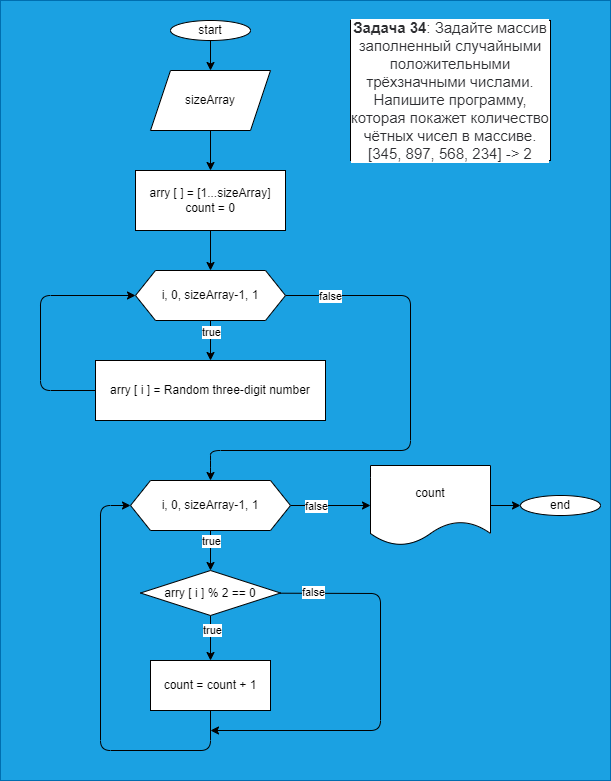
Above: Seminar_5/Algori.drawio.png in AlexKleimon/CSharp_HomeWork (draw.io), before the change. Source tidied: cells renumbered, new cells last; positions are measured from the earlier drawing's top-left corner, leaving out a move shared by most shapes.
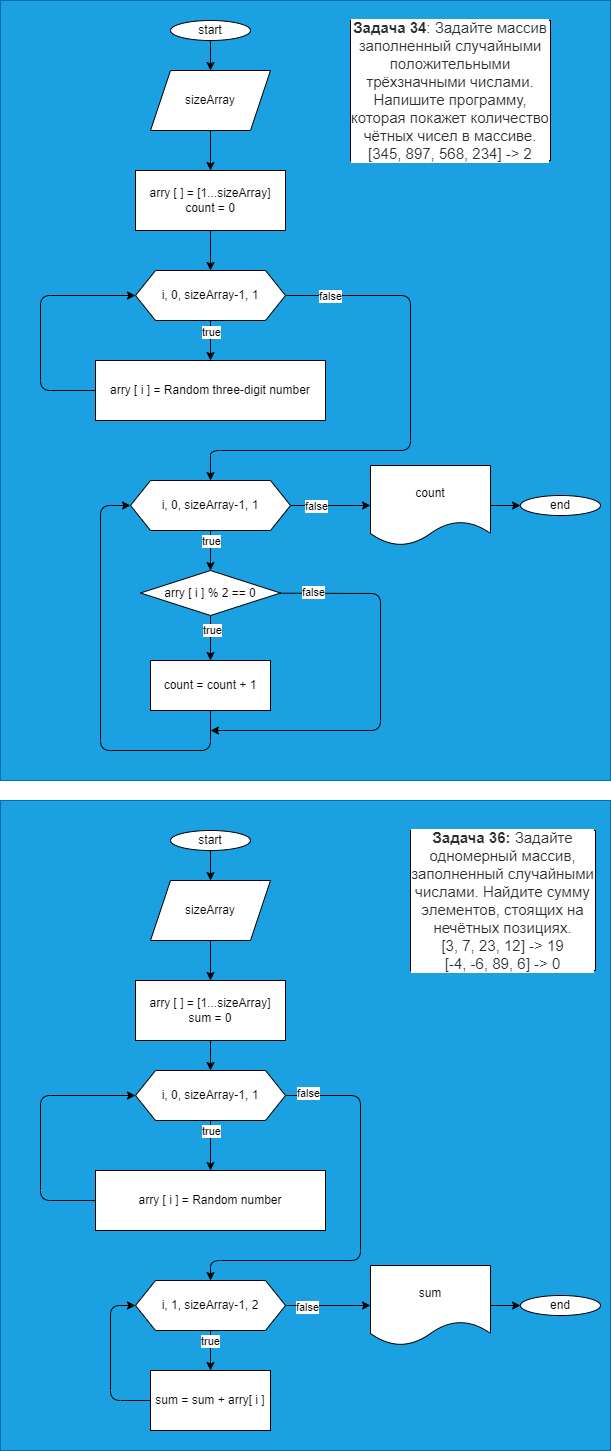
The same diagram one commit later.

Commit message:
Added a solution task 36 and flowchart task 36.

The edit, as a diff of the source:
```diff
@@ -2,6 +2,9 @@
   <root>
     <mxCell id="0" />
     <mxCell id="1" parent="0" />
+    <mxCell id="32" style="rounded=0;whiteSpace=wrap;html=1;fillColor=#1ba1e2;fontColor=#ffffff;strokeColor=#006EAF;" parent="1" vertex="1">
+      <mxGeometry y="800" width="610" height="650" as="geometry" />
+    </mxCell>
     <mxCell id="2" style="rounded=0;whiteSpace=wrap;html=1;fillColor=#1ba1e2;fontColor=#ffffff;strokeColor=#006EAF;" parent="1" vertex="1">
       <mxGeometry width="610" height="780" as="geometry" />
     </mxCell>
@@ -116,5 +119,93 @@
     <mxCell id="31" value="end" style="ellipse;whiteSpace=wrap;html=1;" parent="1" vertex="1">
       <mxGeometry x="520" y="495" width="80" height="20" as="geometry" />
     </mxCell>
+    <mxCell id="33" value="&lt;p style=&quot;box-sizing: border-box ; margin: 0px ; color: rgb(44 , 45 , 48) ; font-family: &amp;#34;roboto&amp;#34; , &amp;#34;san francisco&amp;#34; , &amp;#34;helvetica neue&amp;#34; , &amp;#34;helvetica&amp;#34; , &amp;#34;arial&amp;#34; ; font-size: 15px ; background-color: rgb(255 , 255 , 255)&quot;&gt;&lt;span style=&quot;box-sizing: border-box ; font-weight: 700&quot;&gt;Задача 36:&lt;/span&gt;&amp;nbsp;Задайте одномерный массив, заполненный случайными числами. Найдите сумму элементов, стоящих на нечётных позициях.&lt;/p&gt;&lt;p style=&quot;box-sizing: border-box ; margin: 0px ; color: rgb(44 , 45 , 48) ; font-family: &amp;#34;roboto&amp;#34; , &amp;#34;san francisco&amp;#34; , &amp;#34;helvetica neue&amp;#34; , &amp;#34;helvetica&amp;#34; , &amp;#34;arial&amp;#34; ; font-size: 15px ; background-color: rgb(255 , 255 , 255)&quot;&gt;[3, 7, 23, 12] -&amp;gt; 19&lt;/p&gt;&lt;p style=&quot;box-sizing: border-box ; margin: 0px ; color: rgb(44 , 45 , 48) ; font-family: &amp;#34;roboto&amp;#34; , &amp;#34;san francisco&amp;#34; , &amp;#34;helvetica neue&amp;#34; , &amp;#34;helvetica&amp;#34; , &amp;#34;arial&amp;#34; ; font-size: 15px ; background-color: rgb(255 , 255 , 255)&quot;&gt;[-4, -6, 89, 6] -&amp;gt; 0&lt;/p&gt;" style="rounded=0;whiteSpace=wrap;html=1;" parent="1" vertex="1">
+      <mxGeometry x="410" y="830" width="185" height="140" as="geometry" />
+    </mxCell>
+    <mxCell id="34" style="edgeStyle=none;html=1;exitX=0.5;exitY=1;exitDx=0;exitDy=0;entryX=0.5;entryY=0;entryDx=0;entryDy=0;" parent="1" edge="1" source="35" target="39">
+      <mxGeometry relative="1" as="geometry" />
+    </mxCell>
+    <mxCell id="35" value="start" style="ellipse;whiteSpace=wrap;html=1;" parent="1" vertex="1">
+      <mxGeometry x="170" y="830" width="80" height="20" as="geometry" />
+    </mxCell>
+    <mxCell id="36" style="edgeStyle=none;html=1;exitX=0.5;exitY=1;exitDx=0;exitDy=0;entryX=0.5;entryY=0;entryDx=0;entryDy=0;" parent="1" edge="1" source="37" target="44">
+      <mxGeometry relative="1" as="geometry" />
+    </mxCell>
+    <mxCell id="37" value="arry [ ] = [1...sizeArray]&lt;br&gt;sum = 0" style="rounded=0;whiteSpace=wrap;html=1;" parent="1" vertex="1">
+      <mxGeometry x="135" y="980" width="150" height="60" as="geometry" />
+    </mxCell>
+    <mxCell id="38" style="edgeStyle=none;html=1;exitX=0.5;exitY=1;exitDx=0;exitDy=0;entryX=0.5;entryY=0;entryDx=0;entryDy=0;" parent="1" edge="1" source="39" target="37">
+      <mxGeometry relative="1" as="geometry" />
+    </mxCell>
+    <mxCell id="39" value="sizeArray" style="shape=parallelogram;perimeter=parallelogramPerimeter;whiteSpace=wrap;html=1;fixedSize=1;" parent="1" vertex="1">
+      <mxGeometry x="150" y="880" width="120" height="60" as="geometry" />
+    </mxCell>
+    <mxCell id="40" style="edgeStyle=none;html=1;exitX=0.5;exitY=1;exitDx=0;exitDy=0;entryX=0.5;entryY=0;entryDx=0;entryDy=0;" parent="1" edge="1" source="44" target="46">
+      <mxGeometry relative="1" as="geometry" />
+    </mxCell>
+    <mxCell id="41" value="true" style="edgeLabel;html=1;align=center;verticalAlign=middle;" parent="40" vertex="1">
+      <mxGeometry x="-0.61" relative="1" as="geometry" />
+    </mxCell>
+    <mxCell id="42" style="edgeStyle=none;html=1;exitX=1;exitY=0.5;exitDx=0;exitDy=0;entryX=0.5;entryY=0;entryDx=0;entryDy=0;" parent="1" edge="1" source="44" target="51">
+      <mxGeometry relative="1" as="geometry">
+        <Array as="points">
+          <mxPoint x="360" y="1095" />
+          <mxPoint x="360" y="1260" />
+          <mxPoint x="210" y="1260" />
+        </Array>
+      </mxGeometry>
+    </mxCell>
+    <mxCell id="43" value="false" style="edgeLabel;html=1;align=center;verticalAlign=middle;" parent="42" vertex="1">
+      <mxGeometry x="-0.89" y="3" relative="1" as="geometry" />
+    </mxCell>
+    <mxCell id="44" value="i, 0, sizeArray-1, 1" style="shape=hexagon;perimeter=hexagonPerimeter2;whiteSpace=wrap;html=1;fixedSize=1;" parent="1" vertex="1">
+      <mxGeometry x="135" y="1070" width="150" height="50" as="geometry" />
+    </mxCell>
+    <mxCell id="45" style="edgeStyle=none;html=1;exitX=0;exitY=0.5;exitDx=0;exitDy=0;entryX=0;entryY=0.5;entryDx=0;entryDy=0;" parent="1" edge="1" source="46" target="44">
+      <mxGeometry relative="1" as="geometry">
+        <Array as="points">
+          <mxPoint x="40" y="1200" />
+          <mxPoint x="40" y="1095" />
+        </Array>
+      </mxGeometry>
+    </mxCell>
+    <mxCell id="46" value="arry [ i ] = Random number" style="rounded=0;whiteSpace=wrap;html=1;" parent="1" vertex="1">
+      <mxGeometry x="95" y="1170" width="230" height="60" as="geometry" />
+    </mxCell>
+    <mxCell id="47" style="edgeStyle=none;html=1;exitX=0.5;exitY=1;exitDx=0;exitDy=0;entryX=0.5;entryY=0;entryDx=0;entryDy=0;" parent="1" edge="1" source="51" target="53">
+      <mxGeometry relative="1" as="geometry" />
+    </mxCell>
+    <mxCell id="48" value="true" style="edgeLabel;html=1;align=center;verticalAlign=middle;" parent="47" vertex="1">
+      <mxGeometry x="-0.5" y="-1" relative="1" as="geometry" />
+    </mxCell>
+    <mxCell id="49" style="edgeStyle=none;html=1;exitX=1;exitY=0.5;exitDx=0;exitDy=0;entryX=0;entryY=0.5;entryDx=0;entryDy=0;" parent="1" edge="1" source="51" target="55">
+      <mxGeometry relative="1" as="geometry" />
+    </mxCell>
+    <mxCell id="50" value="false" style="edgeLabel;html=1;align=center;verticalAlign=middle;" parent="49" vertex="1">
+      <mxGeometry x="-0.5" y="-1" relative="1" as="geometry" />
+    </mxCell>
+    <mxCell id="51" value="i, 1, sizeArray-1, 2" style="shape=hexagon;perimeter=hexagonPerimeter2;whiteSpace=wrap;html=1;fixedSize=1;" parent="1" vertex="1">
+      <mxGeometry x="135" y="1280" width="150" height="50" as="geometry" />
+    </mxCell>
+    <mxCell id="52" style="edgeStyle=none;html=1;exitX=0;exitY=0.5;exitDx=0;exitDy=0;entryX=0;entryY=0.5;entryDx=0;entryDy=0;" parent="1" edge="1" source="53" target="51">
+      <mxGeometry relative="1" as="geometry">
+        <Array as="points">
+          <mxPoint x="110" y="1400" />
+          <mxPoint x="110" y="1305" />
+        </Array>
+      </mxGeometry>
+    </mxCell>
+    <mxCell id="53" value="sum = sum + arry[ i ]" style="rounded=0;whiteSpace=wrap;html=1;" parent="1" vertex="1">
+      <mxGeometry x="150" y="1370" width="120" height="60" as="geometry" />
+    </mxCell>
+    <mxCell id="54" style="edgeStyle=none;html=1;exitX=1;exitY=0.5;exitDx=0;exitDy=0;entryX=0;entryY=0.5;entryDx=0;entryDy=0;" parent="1" edge="1" source="55" target="56">
+      <mxGeometry relative="1" as="geometry" />
+    </mxCell>
+    <mxCell id="55" value="sum" style="shape=document;whiteSpace=wrap;html=1;boundedLbl=1;" parent="1" vertex="1">
+      <mxGeometry x="370" y="1265" width="120" height="80" as="geometry" />
+    </mxCell>
+    <mxCell id="56" value="end" style="ellipse;whiteSpace=wrap;html=1;" parent="1" vertex="1">
+      <mxGeometry x="520" y="1295" width="80" height="20" as="geometry" />
+    </mxCell>
   </root>
 </mxGraphModel>
```
